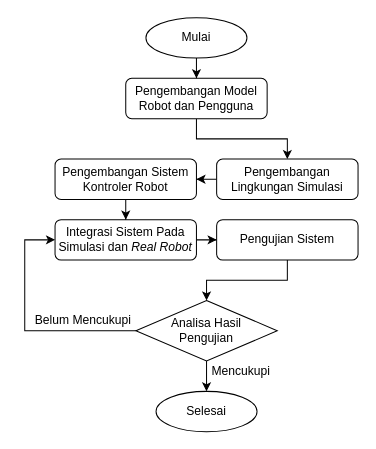
The draw.io diagram diagram/blok-diagram-kerja.drawio in threeal/buku-ta-simulasi-robot, before the edit. Source tidied: cells renumbered, new cells numbered last; positions are measured from the earlier drawing's top-left corner, leaving out a move shared by most shapes. Both pictures are drawn from the tidied source at 101%, with x=0, y=0 at pixel (24, 17).
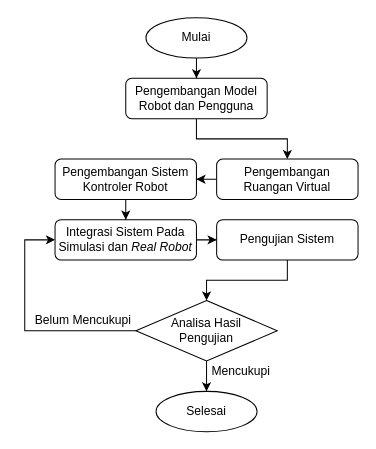
After the change.

What changed in the source:
```diff
@@
-    <mxCell id="5" value="Pengembangan Lingkungan Simulasi" style="rounded=1;whiteSpace=wrap;html=1;" parent="1" vertex="1">
+    <mxCell id="5" value="Pengembangan&lt;br&gt;Ruangan Virtual" style="rounded=1;whiteSpace=wrap;html=1;" parent="1" vertex="1">
       <mxGeometry x="190" y="140" width="140" height="40" as="geometry" />
     </mxCell>
```
